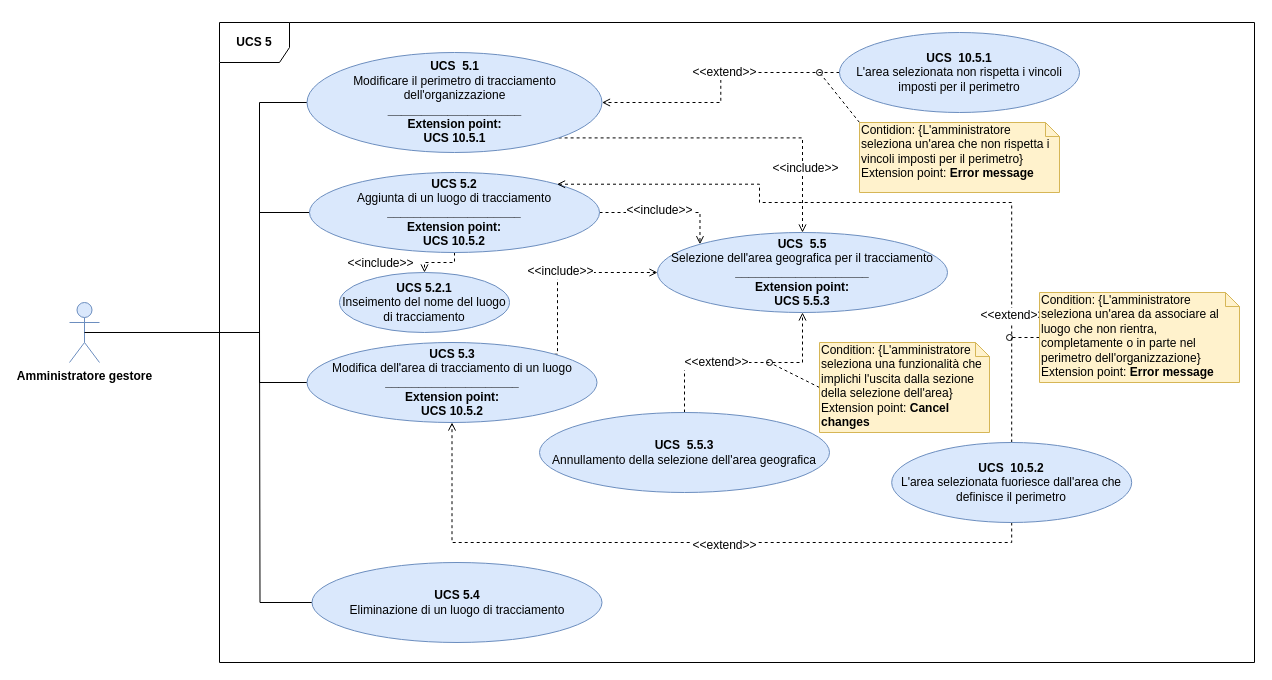
Above: DocumentazioneEsterna/AnalisiDeiRequisiti/Sezioni/UseCase/draw.io/UC SERVER/UCS5.drawio in qb-team/Stalker-Documentazione (draw.io), before the change. Source tidied: cells renumbered, new cells numbered last; positions are measured from the earlier drawing's top-left corner, leaving out a move shared by most shapes. Both pictures are drawn from the tidied source at 100%, with x=0, y=0 at pixel (69, 22).
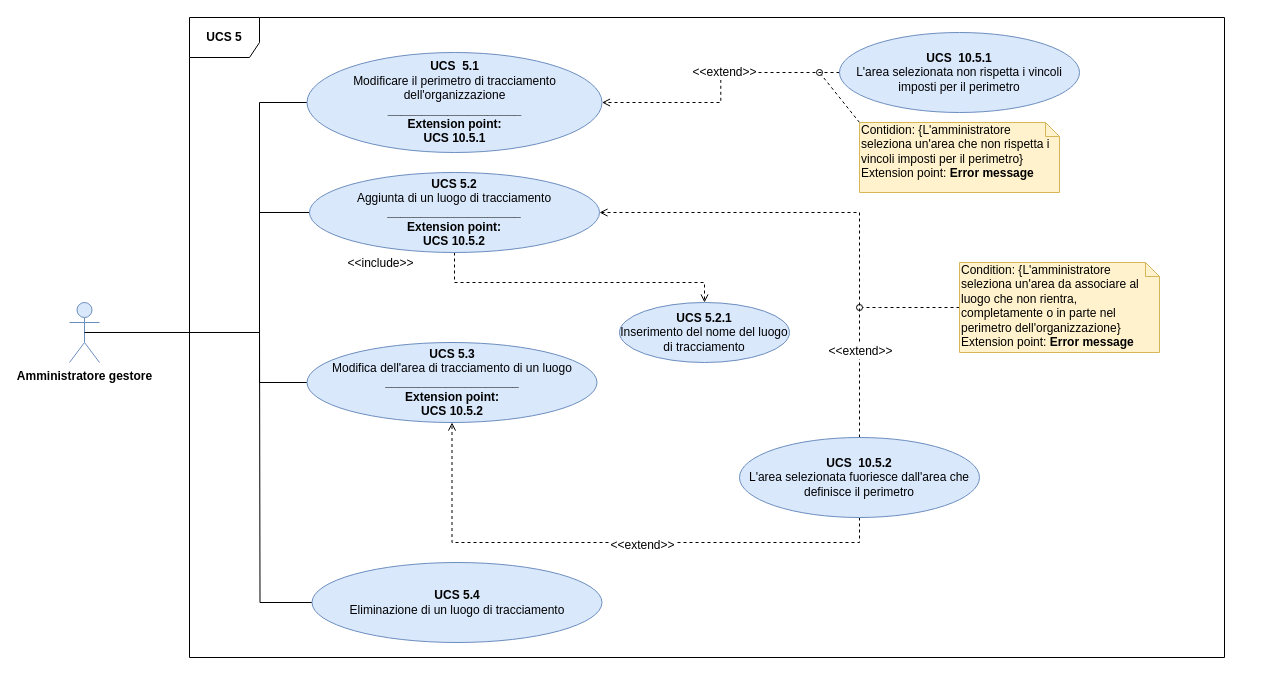
The same diagram, later.

Unchanged cells that the change refers to:
```xml
<mxCell id="7" value="&lt;b&gt;UCS&amp;nbsp; 5.1&lt;br&gt;&lt;/b&gt;Modificare il perimetro di tracciamento dell'organizzazione&lt;br&gt;&lt;b&gt;____________________&lt;/b&gt;&lt;br&gt;&lt;b&gt;Extension point:&lt;br&gt;UCS 10.5.1&lt;/b&gt;" style="ellipse;whiteSpace=wrap;html=1;fillColor=#dae8fc;strokeColor=#6c8ebf;" parent="1" vertex="1">
  <mxGeometry x="237.5" y="30" width="295" height="100" as="geometry" />
</mxCell>
<mxCell id="17" value="&lt;b&gt;UCS 5.2&lt;br&gt;&lt;/b&gt;Aggiunta di un luogo di tracciamento&lt;br&gt;&lt;b&gt;____________________&lt;br&gt;Extension point:&lt;br&gt;UCS 10.5.2&lt;/b&gt;" style="ellipse;whiteSpace=wrap;html=1;fillColor=#dae8fc;strokeColor=#6c8ebf;" parent="1" vertex="1">
  <mxGeometry x="240" y="150" width="290" height="80" as="geometry" />
</mxCell>
<mxCell id="28" value="&lt;b&gt;UCS 5.3&lt;br&gt;&lt;/b&gt;Modifica dell'area di tracciamento di un luogo&lt;br&gt;&lt;b&gt;____________________&lt;br&gt;Extension point:&lt;br&gt;UCS 10.5.2&lt;/b&gt;" style="ellipse;whiteSpace=wrap;html=1;fillColor=#dae8fc;strokeColor=#6c8ebf;" parent="1" vertex="1">
  <mxGeometry x="237.5" y="320" width="290" height="80" as="geometry" />
</mxCell>
```

Diff of the diagram source:
```diff
@@
     <mxCell id="4" value="&lt;b&gt;UCS 5&lt;/b&gt;" style="shape=umlFrame;whiteSpace=wrap;html=1;width=70;height=40;" parent="1" vertex="1">
-      <mxGeometry x="150" width="1035" height="640" as="geometry" />
+      <mxGeometry x="120" y="-5" width="1035" height="640" as="geometry" />
     </mxCell>
-    <mxCell id="5" style="edgeStyle=orthogonalEdgeStyle;rounded=0;jettySize=auto;html=1;exitX=1;exitY=1;exitDx=0;exitDy=0;endArrow=open;endFill=0;dashed=1;" parent="1" edge="1" source="7" target="29">
-      <mxGeometry relative="1" as="geometry" />
-    </mxCell>
-    <mxCell id="6" value="&amp;lt;&amp;lt;include&amp;gt;&amp;gt;" style="text;html=1;align=center;verticalAlign=middle;labelBackgroundColor=#ffffff;" parent="5" vertex="1">
-      <mxGeometry x="-0.04" y="-83" relative="1" as="geometry">
-        <mxPoint x="84.2" y="-53" as="offset" />
-      </mxGeometry>
-    </mxCell>
@@
-    <mxCell id="13" style="edgeStyle=orthogonalEdgeStyle;rounded=0;jettySize=auto;html=1;exitX=1;exitY=0.5;exitDx=0;exitDy=0;entryX=0;entryY=0;entryDx=0;entryDy=0;dashed=1;endArrow=open;endFill=0;" parent="1" edge="1" source="17" target="29">
-      <mxGeometry relative="1" as="geometry">
-        <Array as="points">
-          <mxPoint x="630" y="190" />
-        </Array>
-      </mxGeometry>
-    </mxCell>
-    <mxCell id="14" value="&amp;lt;&amp;lt;include&amp;gt;&amp;gt;" style="text;html=1;align=center;verticalAlign=middle;labelBackgroundColor=#ffffff;" parent="13" vertex="1">
-      <mxGeometry x="-0.11" y="3" relative="1" as="geometry" />
-    </mxCell>
@@
     <mxCell id="16" style="edgeStyle=orthogonalEdgeStyle;rounded=0;jettySize=auto;html=1;entryX=0.5;entryY=0;entryDx=0;entryDy=0;dashed=1;endArrow=open;endFill=0;" parent="1" edge="1" source="17" target="37">
       <mxGeometry relative="1" as="geometry">
         <Array as="points">
-          <mxPoint x="385" y="240" />
-          <mxPoint x="355" y="240" />
+          <mxPoint x="385" y="260" />
         </Array>
       </mxGeometry>
     </mxCell>
@@
-    <mxCell id="18" style="edgeStyle=orthogonalEdgeStyle;rounded=0;jettySize=auto;html=1;exitX=0.5;exitY=0;exitDx=0;exitDy=0;entryX=1;entryY=0;entryDx=0;entryDy=0;dashed=1;endArrow=open;endFill=0;" parent="1" edge="1" source="22" target="17">
+    <mxCell id="18" style="edgeStyle=orthogonalEdgeStyle;rounded=0;jettySize=auto;html=1;exitX=0.5;exitY=0;exitDx=0;exitDy=0;entryX=1;entryY=0.5;entryDx=0;entryDy=0;dashed=1;endArrow=open;endFill=0;" parent="1" edge="1" source="22" target="17">
       <mxGeometry relative="1" as="geometry">
         <Array as="points">
-          <mxPoint x="942" y="180" />
-          <mxPoint x="690" y="180" />
-          <mxPoint x="690" y="162" />
+          <mxPoint x="790" y="190" />
         </Array>
       </mxGeometry>
     </mxCell>
@@
     <mxCell id="20" style="edgeStyle=orthogonalEdgeStyle;rounded=0;jettySize=auto;html=1;exitX=0.5;exitY=1;exitDx=0;exitDy=0;entryX=0.5;entryY=1;entryDx=0;entryDy=0;dashed=1;endArrow=open;endFill=0;" parent="1" edge="1" source="22" target="28">
       <mxGeometry relative="1" as="geometry">
         <Array as="points">
-          <mxPoint x="942" y="520" />
-          <mxPoint x="382" y="520" />
+          <mxPoint x="790" y="520" />
+          <mxPoint x="383" y="520" />
         </Array>
       </mxGeometry>
     </mxCell>
@@
     <mxCell id="22" value="&lt;b&gt;UCS&amp;nbsp; 10.5.2&lt;br&gt;&lt;/b&gt;L'area selezionata fuoriesce dall'area che definisce il perimetro" style="ellipse;whiteSpace=wrap;html=1;fillColor=#dae8fc;strokeColor=#6c8ebf;" parent="1" vertex="1">
-      <mxGeometry x="822.2" y="420" width="240" height="80" as="geometry" />
+      <mxGeometry x="670" y="415" width="240" height="80" as="geometry" />
     </mxCell>
     <mxCell id="23" style="edgeStyle=orthogonalEdgeStyle;rounded=0;jettySize=auto;html=1;exitX=0;exitY=0.5;exitDx=0;exitDy=0;exitPerimeter=0;dashed=1;endArrow=oval;endFill=0;" parent="1" edge="1" source="24">
       <mxGeometry relative="1" as="geometry">
-        <mxPoint x="940" y="315" as="targetPoint" />
+        <mxPoint x="790" y="285" as="targetPoint" />
+        <Array as="points">
+          <mxPoint x="810" y="285" />
+        </Array>
       </mxGeometry>
     </mxCell>
     <mxCell id="24" value="Condition: {L'amministratore seleziona un'area da associare al luogo che non rientra, completamente o in parte nel perimetro dell'organizzazione}&lt;br&gt;Extension point: &lt;b&gt;Error message&lt;/b&gt;" style="shape=note;whiteSpace=wrap;html=1;size=14;verticalAlign=top;align=left;spacingTop=-6;fillColor=#fff2cc;strokeColor=#d6b656;" parent="1" vertex="1">
-      <mxGeometry x="970" y="270" width="200" height="90" as="geometry" />
+      <mxGeometry x="890" y="240" width="200" height="90" as="geometry" />
     </mxCell>
-    <mxCell id="25" style="edgeStyle=orthogonalEdgeStyle;rounded=0;jettySize=auto;html=1;exitX=1;exitY=0;exitDx=0;exitDy=0;entryX=0;entryY=0.5;entryDx=0;entryDy=0;dashed=1;endArrow=open;endFill=0;" parent="1" edge="1" source="28" target="29">
-      <mxGeometry relative="1" as="geometry">
-        <Array as="points">
-          <mxPoint x="488" y="250" />
-        </Array>
-      </mxGeometry>
-    </mxCell>
-    <mxCell id="26" value="&amp;lt;&amp;lt;include&amp;gt;&amp;gt;" style="text;html=1;align=center;verticalAlign=middle;labelBackgroundColor=#ffffff;" parent="25" vertex="1">
-      <mxGeometry x="-0.06" y="2" relative="1" as="geometry" />
-    </mxCell>
@@
-    <mxCell id="29" value="&lt;b&gt;UCS&amp;nbsp; 5.5&lt;br&gt;&lt;/b&gt;Selezione dell'area geografica per il tracciamento&lt;br&gt;&lt;b&gt;____________________&lt;br&gt;Extension point:&lt;br&gt;UCS 5.5.3&lt;/b&gt;" style="ellipse;whiteSpace=wrap;html=1;fillColor=#dae8fc;strokeColor=#6c8ebf;" parent="1" vertex="1">
-      <mxGeometry x="588" y="210" width="290" height="80" as="geometry" />
-    </mxCell>
-    <mxCell id="30" style="edgeStyle=orthogonalEdgeStyle;rounded=0;jettySize=auto;html=1;exitX=0.5;exitY=0;exitDx=0;exitDy=0;entryX=0.5;entryY=1;entryDx=0;entryDy=0;dashed=1;endArrow=open;endFill=0;" parent="1" edge="1" source="32" target="29">
-      <mxGeometry relative="1" as="geometry" />
-    </mxCell>
-    <mxCell id="31" value="&amp;lt;&amp;lt;extend&amp;gt;&amp;gt;" style="text;html=1;align=center;verticalAlign=middle;labelBackgroundColor=#ffffff;" parent="30" vertex="1">
-      <mxGeometry x="-0.54" y="-31" relative="1" as="geometry">
-        <mxPoint x="31" y="-32" as="offset" />
-      </mxGeometry>
-    </mxCell>
-    <mxCell id="32" value="&lt;b&gt;UCS&amp;nbsp; 5.5.3&lt;br&gt;&lt;/b&gt;Annullamento della selezione dell'area geografica" style="ellipse;whiteSpace=wrap;html=1;fillColor=#dae8fc;strokeColor=#6c8ebf;" parent="1" vertex="1">
-      <mxGeometry x="470" y="390" width="290" height="80" as="geometry" />
-    </mxCell>
-    <mxCell id="33" style="rounded=0;jettySize=auto;html=1;exitX=0;exitY=0.5;exitDx=0;exitDy=0;exitPerimeter=0;dashed=1;endArrow=oval;endFill=0;" parent="1" edge="1" source="34">
-      <mxGeometry relative="1" as="geometry">
-        <mxPoint x="700" y="340" as="targetPoint" />
-      </mxGeometry>
-    </mxCell>
-    <mxCell id="34" value="Condition: {L'amministratore seleziona una funzionalità che implichi l'uscita dalla sezione della selezione dell'area}&lt;br&gt;Extension point: &lt;b&gt;Cancel changes&lt;/b&gt;" style="shape=note;whiteSpace=wrap;html=1;size=14;verticalAlign=top;align=left;spacingTop=-6;fillColor=#fff2cc;strokeColor=#d6b656;" parent="1" vertex="1">
-      <mxGeometry x="750" y="320" width="170" height="90" as="geometry" />
-    </mxCell>
@@
-    <mxCell id="37" value="&lt;b&gt;UCS 5.2.1&lt;br&gt;&lt;/b&gt;Inseimento del nome del luogo di tracciamento" style="ellipse;whiteSpace=wrap;html=1;fillColor=#dae8fc;strokeColor=#6c8ebf;" parent="1" vertex="1">
-      <mxGeometry x="270" y="250" width="170" height="60" as="geometry" />
+    <mxCell id="37" value="&lt;b&gt;UCS 5.2.1&lt;br&gt;&lt;/b&gt;Inserimento del nome del luogo di tracciamento" style="ellipse;whiteSpace=wrap;html=1;fillColor=#dae8fc;strokeColor=#6c8ebf;" parent="1" vertex="1">
+      <mxGeometry x="550" y="280" width="170" height="60" as="geometry" />
     </mxCell>
```
